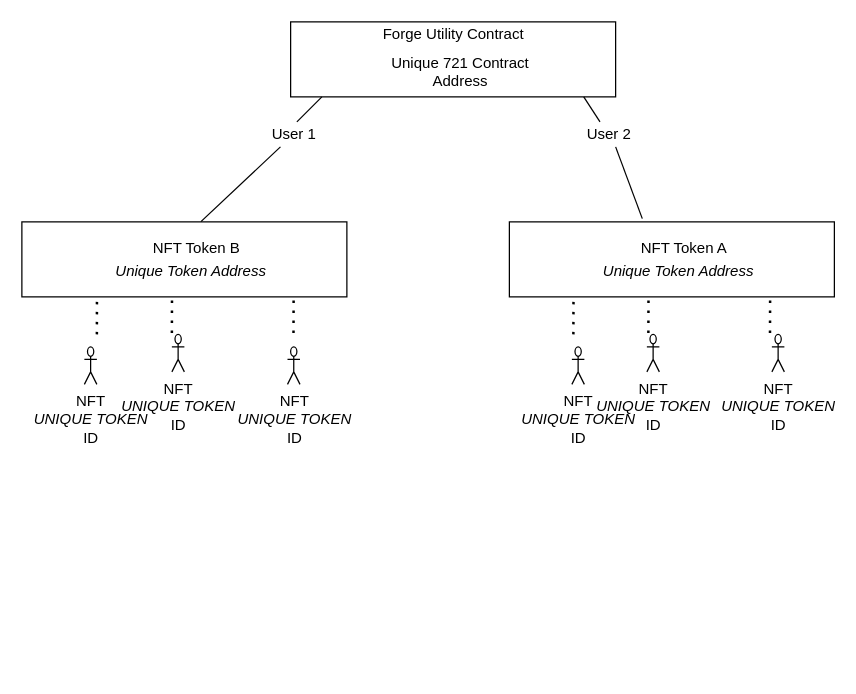
Earlier version of the draw.io diagram Untitled Diagram.drawio (glitch46/NFTForge). Source tidied: cells renumbered, new cells numbered last; positions are measured from the earlier drawing's top-left corner, leaving out a move shared by most shapes. Both pictures are drawn from the tidied source at 125%, with x=0, y=0 at pixel (21, 21).
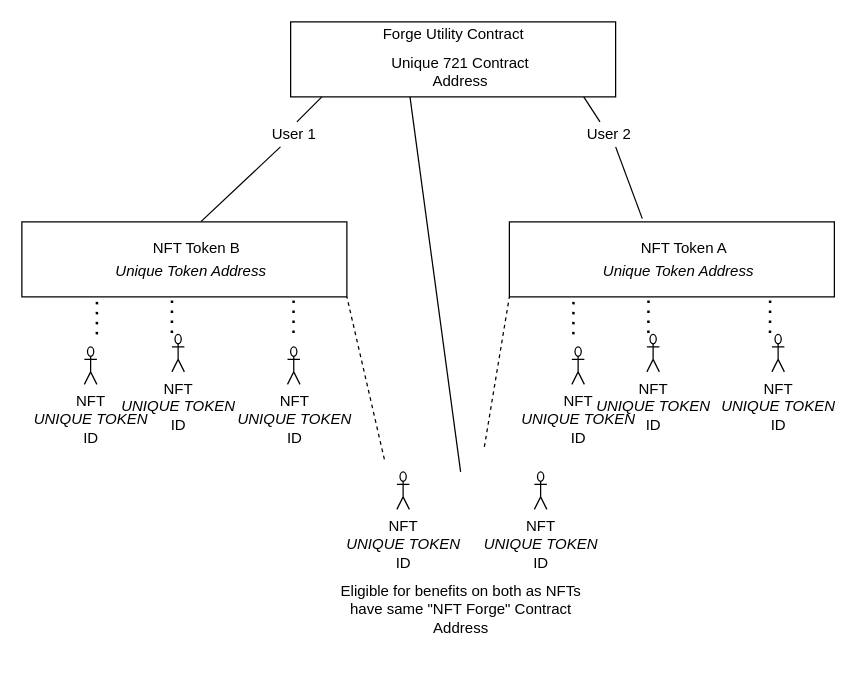
Above is the later version.

Unchanged cells that the change refers to:
```xml
<mxCell id="4" value="Unique 721 Contract&lt;br&gt;Address" style="text;html=1;strokeColor=none;fillColor=none;align=center;verticalAlign=middle;whiteSpace=wrap;rounded=0;" parent="1" vertex="1">
  <mxGeometry x="270" y="20" width="162" height="40" as="geometry" />
</mxCell>
<mxCell id="8" style="rounded=0;whiteSpace=wrap;html=1;" parent="1" vertex="1">
  <mxGeometry y="160" width="260" height="60" as="geometry" />
</mxCell>
```

Diff of the diagram source:
```diff
@@
+    <mxCell id="29" style="endArrow=none;dashed=1;html=1;entryX=1;entryY=1;entryDx=0;entryDy=0;" parent="1" edge="1" target="8">
+      <mxGeometry relative="1" as="geometry">
+        <mxPoint x="290" y="350" as="sourcePoint" />
+      </mxGeometry>
+    </mxCell>
+    <mxCell id="30" style="endArrow=none;dashed=1;html=1;entryX=1;entryY=1;entryDx=0;entryDy=0;" parent="1" edge="1">
+      <mxGeometry relative="1" as="geometry">
+        <mxPoint x="370" y="340" as="sourcePoint" />
+        <mxPoint x="390" y="220" as="targetPoint" />
+      </mxGeometry>
+    </mxCell>
+    <mxCell id="31" value="NFT&lt;br&gt;&lt;i&gt;UNIQUE TOKEN&lt;br&gt;&lt;/i&gt;ID" style="shape=umlActor;verticalLabelPosition=bottom;verticalAlign=top;html=1;" parent="1" vertex="1">
+      <mxGeometry x="300" y="360" width="10" height="30" as="geometry" />
+    </mxCell>
+    <mxCell id="32" value="Eligible for benefits on both as NFTs have same &quot;NFT Forge&quot; Contract Address" style="text;html=1;strokeColor=none;fillColor=none;align=center;verticalAlign=middle;whiteSpace=wrap;rounded=0;" parent="1" vertex="1">
+      <mxGeometry x="248.5" y="420" width="205" height="100" as="geometry" />
+    </mxCell>
+    <mxCell id="33" style="endArrow=none;html=1;entryX=0.25;entryY=1;entryDx=0;entryDy=0;" parent="1" edge="1" target="4">
+      <mxGeometry relative="1" as="geometry">
+        <mxPoint x="351" y="360" as="sourcePoint" />
+      </mxGeometry>
+    </mxCell>
+    <mxCell id="34" style="edgeStyle=orthogonalEdgeStyle;rounded=0;jettySize=auto;html=1;exitX=0;exitY=0.3333333333333333;exitDx=0;exitDy=0;exitPerimeter=0;" parent="1" edge="1" source="35">
+      <mxGeometry relative="1" as="geometry">
+        <mxPoint x="410" y="370.3" as="targetPoint" />
+      </mxGeometry>
+    </mxCell>
+    <mxCell id="35" value="NFT&lt;br&gt;&lt;i&gt;UNIQUE TOKEN&lt;br&gt;&lt;/i&gt;ID" style="shape=umlActor;verticalLabelPosition=bottom;verticalAlign=top;html=1;outlineConnect=0;" parent="1" vertex="1">
+      <mxGeometry x="410" y="360" width="10" height="30" as="geometry" />
+    </mxCell>
```
